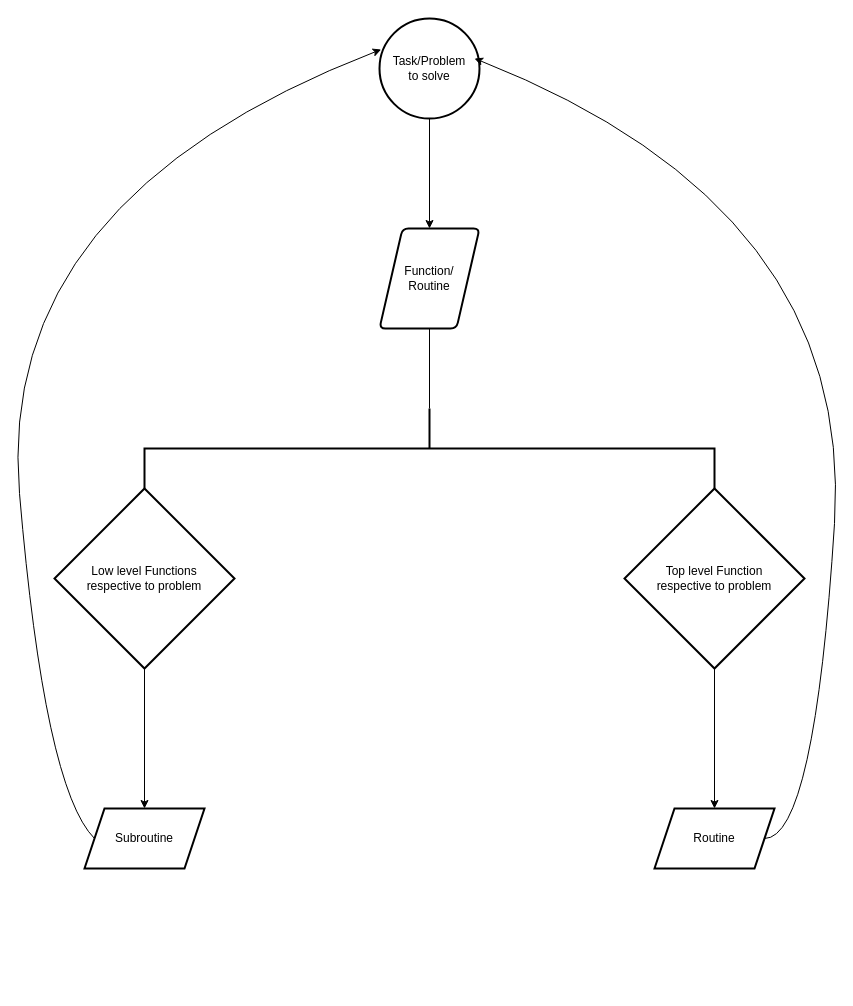
alexander01202/flowcharts keeps this draw.io diagram as asyncio.drawio. Above is the earlier version. Source tidied: cells renumbered, new cells numbered last; positions are measured from the earlier drawing's top-left corner, leaving out a move shared by most shapes. Both pictures are drawn from the tidied source at 100%, with x=0, y=0 at pixel (-6, 18).
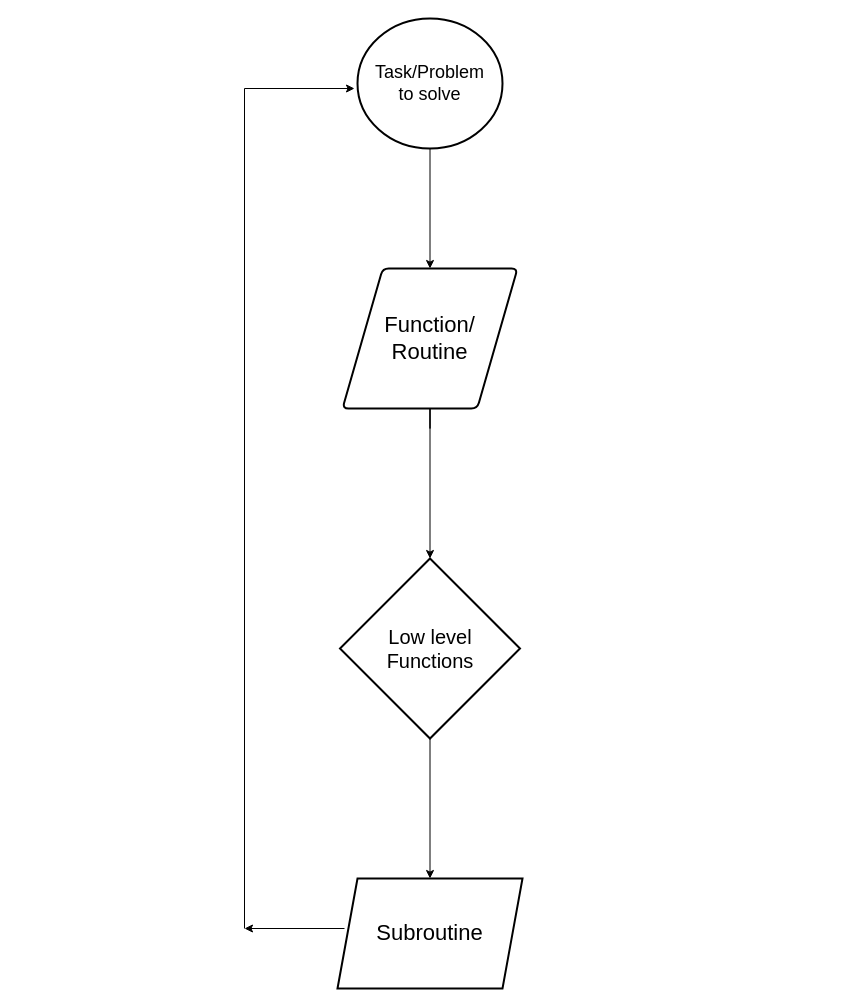
Above is the later version.

Diff of the diagram source:
```diff
@@
 <mxGraphModel>
   <root>
     <mxCell id="0" />
     <mxCell id="1" parent="0" />
-    <mxCell id="2" style="edgeStyle=orthogonalEdgeStyle;rounded=0;jettySize=auto;html=1;endArrow=none;" parent="1" edge="1" source="3" target="4">
-      <mxGeometry relative="1" as="geometry" />
+    <mxCell id="2" style="edgeStyle=orthogonalEdgeStyle;rounded=0;jettySize=auto;html=1;endArrow=none;" parent="1" edge="1" source="3">
+      <mxGeometry relative="1" as="geometry">
+        <mxPoint x="435" y="390" as="targetPoint" />
+      </mxGeometry>
     </mxCell>
-    <mxCell id="3" value="Function/&lt;br&gt;Routine" style="strokeWidth=2;html=1;shape=parallelogram;whiteSpace=wrap;rounded=1;arcSize=12;size=0.23;perimeter=parallelogramPerimeter;" parent="1" vertex="1">
-      <mxGeometry x="385" y="210" width="100" height="100" as="geometry" />
+    <mxCell id="3" value="&lt;font style=&quot;font-size: 22px;&quot;&gt;Function/&lt;br&gt;Routine&lt;/font&gt;" style="strokeWidth=2;html=1;shape=parallelogram;whiteSpace=wrap;rounded=1;arcSize=12;size=0.23;perimeter=parallelogramPerimeter;" parent="1" vertex="1">
+      <mxGeometry x="348" y="250" width="175" height="140" as="geometry" />
     </mxCell>
-    <mxCell id="4" style="strokeWidth=2;html=1;shape=mxgraph.flowchart.annotation_2;align=left;labelPosition=right;direction=south;" parent="1" vertex="1">
-      <mxGeometry x="150" y="390" width="570" height="80" as="geometry" />
-    </mxCell>
     <mxCell id="5" style="edgeStyle=orthogonalEdgeStyle;rounded=0;jettySize=auto;html=1;" parent="1" edge="1" source="6" target="11">
       <mxGeometry relative="1" as="geometry" />
     </mxCell>
+    <mxCell id="15" style="edgeStyle=orthogonalEdgeStyle;rounded=0;jettySize=auto;html=1;" parent="1" edge="1" source="3" target="6">
+      <mxGeometry relative="1" as="geometry" />
+    </mxCell>
-    <mxCell id="6" value="Low level Functions&lt;br&gt;respective to problem" style="strokeWidth=2;html=1;shape=mxgraph.flowchart.decision;whiteSpace=wrap;" parent="1" vertex="1">
-      <mxGeometry x="60" y="470" width="180" height="180" as="geometry" />
+    <mxCell id="6" value="&lt;font style=&quot;font-size: 20px;&quot;&gt;Low level &lt;br&gt;Functions&lt;/font&gt;" style="strokeWidth=2;html=1;shape=mxgraph.flowchart.decision;whiteSpace=wrap;" parent="1" vertex="1">
+      <mxGeometry x="345.5" y="540" width="180" height="180" as="geometry" />
     </mxCell>
     <mxCell id="7" style="edgeStyle=orthogonalEdgeStyle;rounded=0;jettySize=auto;html=1;" parent="1" edge="1" source="8" target="3">
       <mxGeometry relative="1" as="geometry" />
     </mxCell>
-    <mxCell id="8" value="Task/Problem &lt;br&gt;to solve" style="strokeWidth=2;html=1;shape=mxgraph.flowchart.start_2;whiteSpace=wrap;rounded=1;arcSize=12;size=0.23;" parent="1" vertex="1">
-      <mxGeometry x="385" width="100" height="100" as="geometry" />
+    <mxCell id="8" value="&lt;font style=&quot;font-size: 18px;&quot;&gt;Task/Problem &lt;br&gt;to solve&lt;/font&gt;" style="strokeWidth=2;html=1;shape=mxgraph.flowchart.start_2;whiteSpace=wrap;rounded=1;arcSize=12;size=0.23;" parent="1" vertex="1">
+      <mxGeometry x="363" width="145" height="130" as="geometry" />
     </mxCell>
-    <mxCell id="9" style="edgeStyle=orthogonalEdgeStyle;rounded=0;jettySize=auto;html=1;" parent="1" edge="1" source="10" target="12">
-      <mxGeometry relative="1" as="geometry" />
-    </mxCell>
-    <mxCell id="10" value="Top level Function&lt;br&gt;respective to problem" style="strokeWidth=2;html=1;shape=mxgraph.flowchart.decision;whiteSpace=wrap;" parent="1" vertex="1">
-      <mxGeometry x="630" y="470" width="180" height="180" as="geometry" />
-    </mxCell>
-    <mxCell id="11" value="Subroutine" style="shape=parallelogram;perimeter=parallelogramPerimeter;whiteSpace=wrap;html=1;fixedSize=1;strokeWidth=2;" parent="1" vertex="1">
-      <mxGeometry x="90" y="790" width="120" height="60" as="geometry" />
+    <mxCell id="11" value="&lt;font style=&quot;font-size: 22px;&quot;&gt;Subroutine&lt;/font&gt;" style="shape=parallelogram;perimeter=parallelogramPerimeter;whiteSpace=wrap;html=1;fixedSize=1;strokeWidth=2;" parent="1" vertex="1">
+      <mxGeometry x="343" y="860" width="185" height="110" as="geometry" />
     </mxCell>
-    <mxCell id="12" value="Routine" style="shape=parallelogram;perimeter=parallelogramPerimeter;whiteSpace=wrap;html=1;fixedSize=1;strokeWidth=2;" parent="1" vertex="1">
-      <mxGeometry x="660" y="790" width="120" height="60" as="geometry" />
-    </mxCell>
-    <mxCell id="13" style="curved=1;endArrow=classic;html=1;rounded=0;exitX=0;exitY=0.5;exitDx=0;exitDy=0;entryX=0.017;entryY=0.31;entryDx=0;entryDy=0;entryPerimeter=0;" parent="1" edge="1" source="11" target="8">
-      <mxGeometry relative="1" as="geometry">
-        <Array as="points">
-          <mxPoint x="100" y="820" />
-          <mxPoint x="50" y="770" />
-          <mxPoint y="180" />
-        </Array>
-      </mxGeometry>
-    </mxCell>
-    <mxCell id="14" style="curved=1;endArrow=classic;html=1;rounded=0;entryX=0.95;entryY=0.4;entryDx=0;entryDy=0;entryPerimeter=0;" parent="1" edge="1" target="8">
-      <mxGeometry relative="1" as="geometry">
-        <mxPoint x="770" y="820" as="sourcePoint" />
-        <Array as="points">
-          <mxPoint x="820" y="820" />
-          <mxPoint x="860" y="190" />
-        </Array>
-      </mxGeometry>
-    </mxCell>
+    <mxCell id="16" style="endArrow=classic;html=1;rounded=0;" parent="1" edge="1">
+      <mxGeometry relative="1" as="geometry">
+        <mxPoint x="350" y="910" as="sourcePoint" />
+        <mxPoint x="250" y="910" as="targetPoint" />
+      </mxGeometry>
+    </mxCell>
+    <mxCell id="17" style="endArrow=none;html=1;rounded=0;" parent="1" edge="1">
+      <mxGeometry relative="1" as="geometry">
+        <mxPoint x="250" y="910" as="sourcePoint" />
+        <mxPoint x="250" y="70" as="targetPoint" />
+      </mxGeometry>
+    </mxCell>
+    <mxCell id="18" style="endArrow=classic;html=1;rounded=0;" parent="1" edge="1">
+      <mxGeometry relative="1" as="geometry">
+        <mxPoint x="250" y="70" as="sourcePoint" />
+        <mxPoint x="360" y="70" as="targetPoint" />
+      </mxGeometry>
+    </mxCell>
   </root>
 </mxGraphModel>
```
